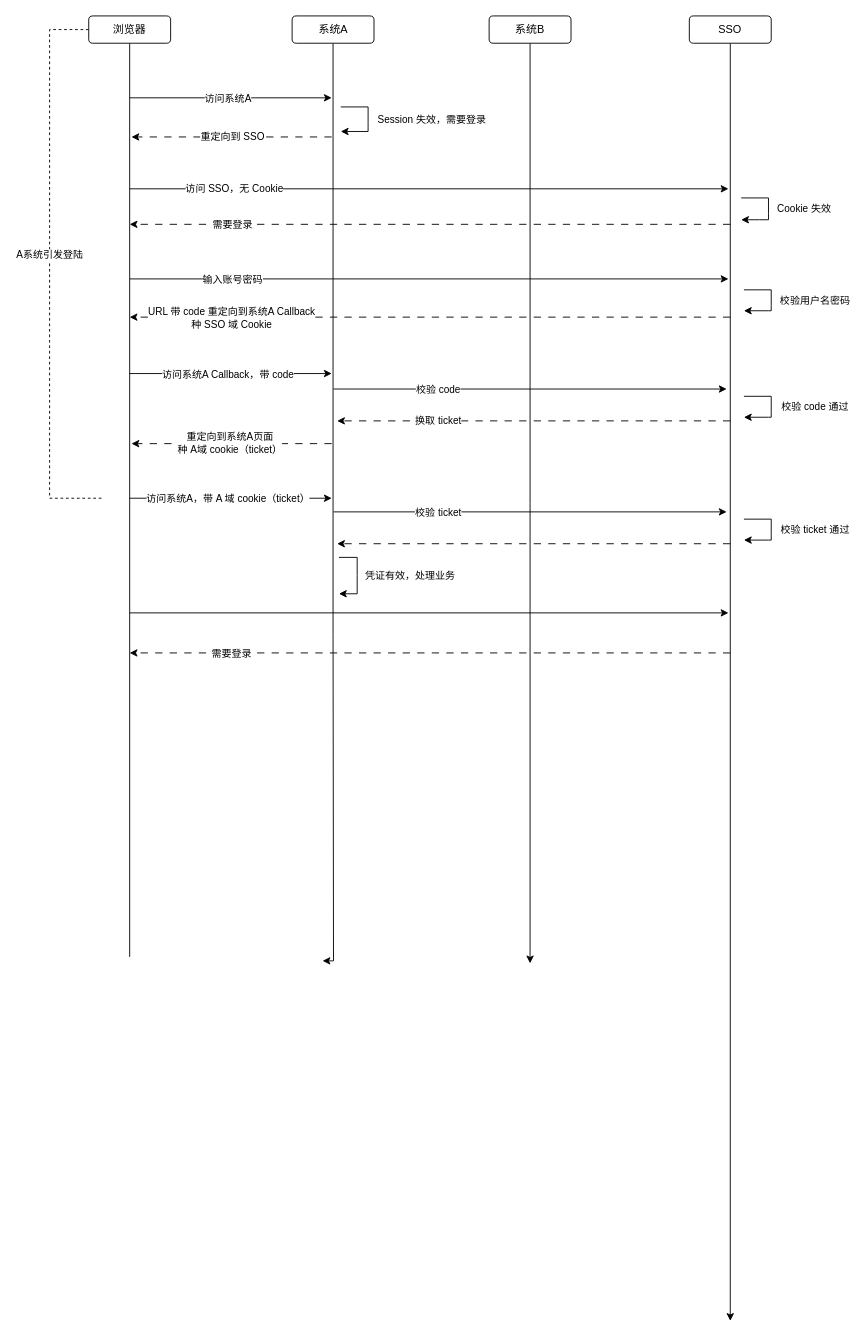
Earlier version of the draw.io diagram 面试必问：cookie、session、token、jwt、单点登录，都是怎么用的.drawio (HaiHuangCHN/diagrams). Source tidied: cells renumbered, new cells numbered last; positions are measured from the earlier drawing's top-left corner, leaving out a move shared by most shapes. Both pictures are drawn from the tidied source at 91%, with x=0, y=0 at pixel (49, 15).
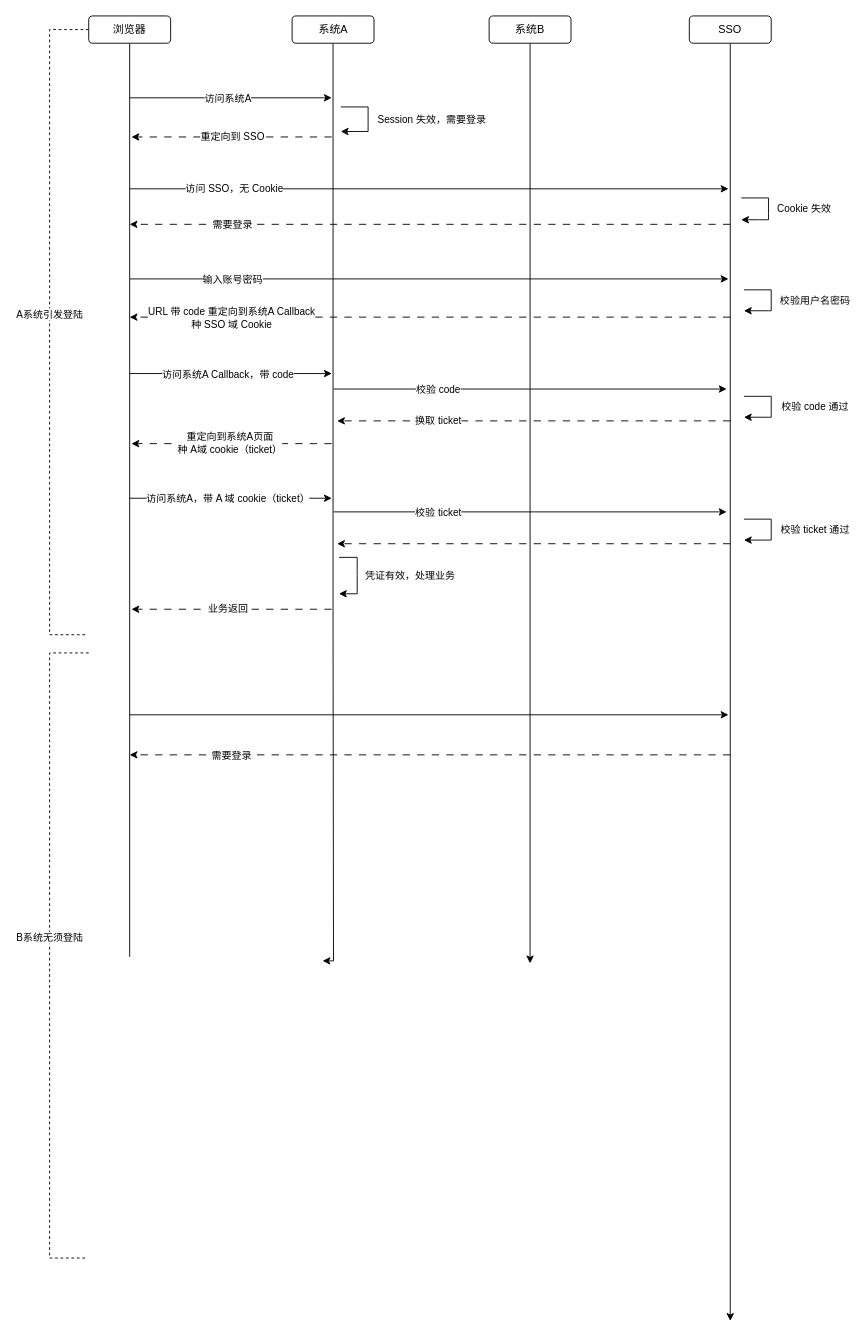
After the change.

Commit message:
更新面试必问：cookie、session、token、jwt、单点登录，都是怎么用的.drawio

Unchanged cells that the change refers to:
```xml
<mxCell id="5" value="浏览器" style="rounded=1;whiteSpace=wrap;html=1;" parent="1" vertex="1">
  <mxGeometry x="43" width="90" height="30" as="geometry" />
</mxCell>
```

Change to the diagram source:
```diff
@@
     <mxCell id="3" style="edgeStyle=orthogonalEdgeStyle;rounded=0;jettySize=auto;html=1;strokeColor=default;dashed=1;startArrow=none;startFill=0;endArrow=none;endFill=0;" parent="1" edge="1" source="5">
       <mxGeometry relative="1" as="geometry">
-        <mxPoint x="60" y="530" as="targetPoint" />
+        <mxPoint x="40" y="680" as="targetPoint" />
         <Array as="points">
           <mxPoint y="15" />
-          <mxPoint y="530" />
+          <mxPoint y="680" />
         </Array>
       </mxGeometry>
     </mxCell>
     <mxCell id="4" value="A系统引发登陆" style="edgeLabel;html=1;align=center;verticalAlign=middle;" parent="3" vertex="1">
-      <mxGeometry x="-0.06" y="-1" relative="1" as="geometry" />
+      <mxGeometry x="-0.06" y="-1" relative="1" as="geometry">
+        <mxPoint y="3" as="offset" />
+      </mxGeometry>
     </mxCell>
@@
     <mxCell id="30" style="endArrow=classic;html=1;rounded=0;" parent="1" edge="1">
       <mxGeometry relative="1" as="geometry">
-        <mxPoint x="88" y="656" as="sourcePoint" />
-        <mxPoint x="746" y="656" as="targetPoint" />
+        <mxPoint x="88" y="768" as="sourcePoint" />
+        <mxPoint x="746" y="768" as="targetPoint" />
       </mxGeometry>
     </mxCell>
     <mxCell id="31" style="endArrow=classic;html=1;rounded=0;dashed=1;dashPattern=8 8;" parent="1" edge="1">
       <mxGeometry relative="1" as="geometry">
-        <mxPoint x="748" y="700" as="sourcePoint" />
-        <mxPoint x="88" y="700" as="targetPoint" />
+        <mxPoint x="748" y="812" as="sourcePoint" />
+        <mxPoint x="88" y="812" as="targetPoint" />
       </mxGeometry>
     </mxCell>
@@
+    <mxCell id="52" style="endArrow=classic;html=1;rounded=0;dashed=1;dashPattern=8 8;" parent="1" edge="1">
+      <mxGeometry relative="1" as="geometry">
+        <mxPoint x="310" y="652" as="sourcePoint" />
+        <mxPoint x="90" y="652" as="targetPoint" />
+      </mxGeometry>
+    </mxCell>
+    <mxCell id="53" value="业务返回" style="edgeLabel;html=1;align=center;verticalAlign=middle;" parent="52" vertex="1">
+      <mxGeometry x="-0.32" y="-1" relative="1" as="geometry">
+        <mxPoint x="-40" as="offset" />
+      </mxGeometry>
+    </mxCell>
+    <mxCell id="54" style="edgeStyle=orthogonalEdgeStyle;rounded=0;orthogonalLoop=1;jettySize=auto;html=1;strokeColor=default;dashed=1;startArrow=none;startFill=0;endArrow=none;endFill=0;" parent="1" edge="1">
+      <mxGeometry relative="1" as="geometry">
+        <mxPoint x="43" y="700" as="sourcePoint" />
+        <mxPoint x="40" y="1365" as="targetPoint" />
+        <Array as="points">
+          <mxPoint y="700" />
+          <mxPoint y="1365" />
+        </Array>
+      </mxGeometry>
+    </mxCell>
+    <mxCell id="55" value="B系统无须登陆" style="edgeLabel;html=1;align=center;verticalAlign=middle;" parent="54" vertex="1">
+      <mxGeometry x="-0.06" y="-1" relative="1" as="geometry">
+        <mxPoint y="3" as="offset" />
+      </mxGeometry>
+    </mxCell>
```
